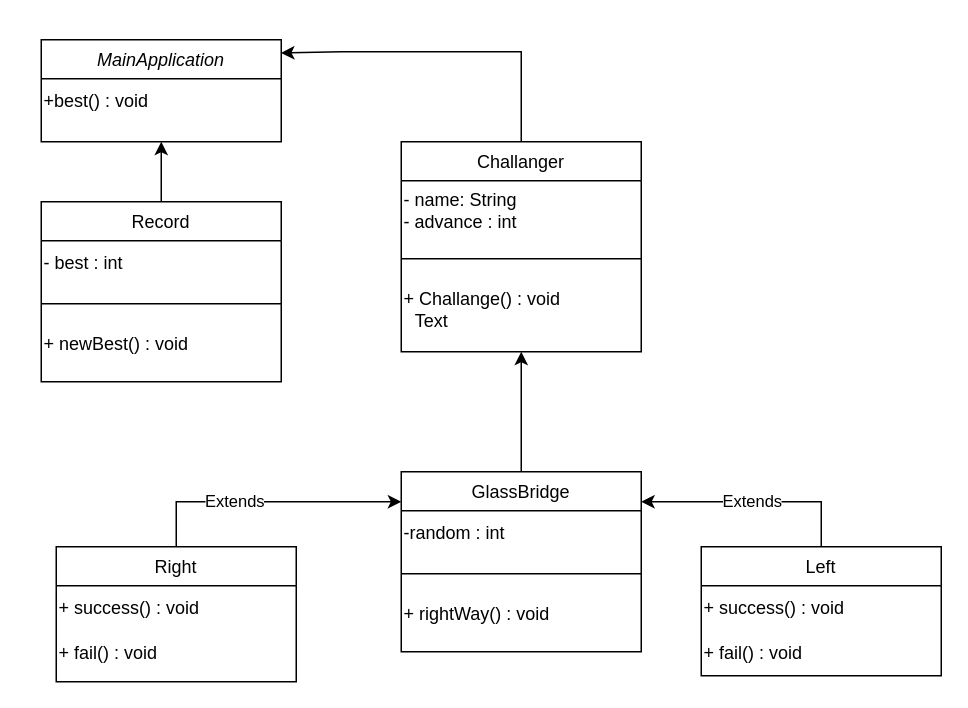
JinhoYeom/project-first-glassbridge keeps this draw.io diagram as glassbridge.drawio. Above is the earlier version. Source tidied: cells renumbered, new cells numbered last; positions are measured from the earlier drawing's top-left corner, leaving out a move shared by most shapes. Both pictures are drawn from the tidied source at 150%, with x=0, y=0 at pixel (40, 39).
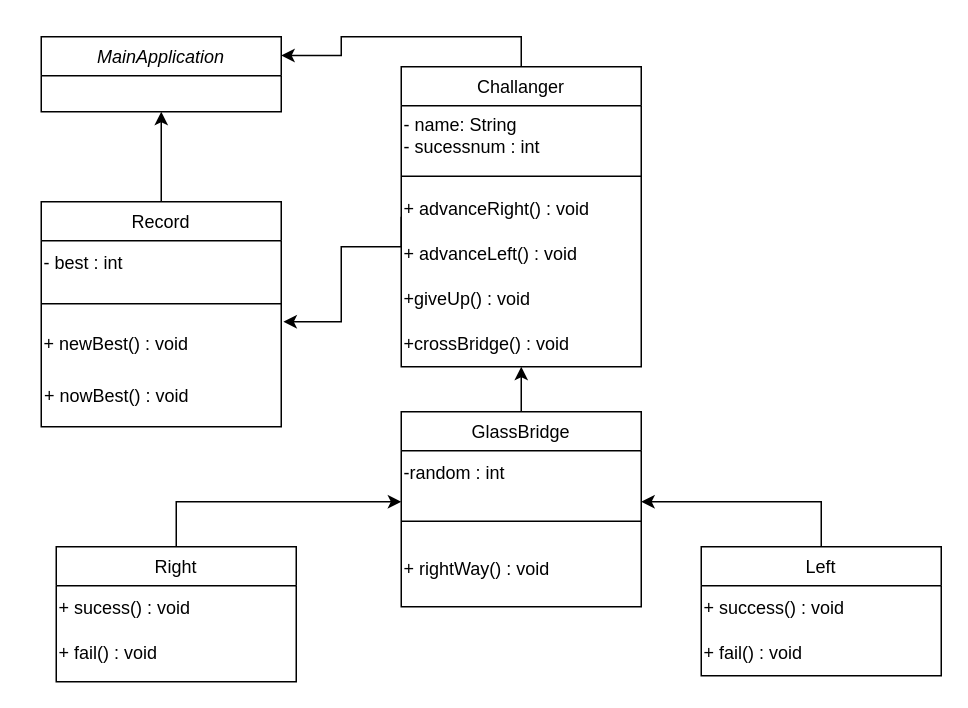
After the change.

Unchanged cells that the change refers to:
```xml
<mxCell id="8" value="+ newBest() : void" style="text;html=1;align=left;verticalAlign=middle;points=[];strokeColor=none;fillColor=none;" parent="5" vertex="1">
  <mxGeometry y="80" width="160" height="30" as="geometry" />
</mxCell>
<mxCell id="19" style="edgeStyle=orthogonalEdgeStyle;rounded=0;jettySize=auto;html=1;exitX=0.5;exitY=0;exitDx=0;exitDy=0;" parent="1" edge="1" source="21">
  <mxGeometry relative="1" as="geometry">
    <mxPoint x="400" y="308" as="targetPoint" />
    <Array as="points">
      <mxPoint x="520" y="308" />
      <mxPoint x="400" y="308" />
    </Array>
  </mxGeometry>
</mxCell>
<mxCell id="24" style="edgeStyle=orthogonalEdgeStyle;rounded=0;jettySize=auto;html=1;exitX=0.5;exitY=0;exitDx=0;exitDy=0;" parent="1" edge="1" source="26">
  <mxGeometry relative="1" as="geometry">
    <mxPoint x="240" y="308" as="targetPoint" />
    <Array as="points">
      <mxPoint x="90" y="308" />
    </Array>
  </mxGeometry>
</mxCell>
<mxCell id="26" value="Right" style="swimlane;fontStyle=0;align=center;verticalAlign=top;horizontal=1;startSize=26;rounded=0;shadow=0;strokeWidth=1;" parent="1" vertex="1">
  <mxGeometry x="10" y="338" width="160" height="90" as="geometry" />
</mxCell>
```

What changed in the source:
```diff
@@
     <mxCell id="2" value="MainApplication" style="swimlane;fontStyle=2;align=center;verticalAlign=top;horizontal=1;startSize=26;rounded=0;shadow=0;strokeWidth=1;" parent="1" vertex="1">
-      <mxGeometry width="160" height="68" as="geometry" />
+      <mxGeometry y="-2" width="160" height="50" as="geometry" />
     </mxCell>
-    <mxCell id="3" value="+best() : void" style="text;html=1;align=left;verticalAlign=middle;strokeColor=none;fillColor=none;" parent="2" vertex="1">
-      <mxGeometry y="26" width="160" height="30" as="geometry" />
-    </mxCell>
@@
     <mxCell id="5" value="Record" style="swimlane;fontStyle=0;align=center;verticalAlign=top;horizontal=1;startSize=26;rounded=0;shadow=0;strokeWidth=1;" parent="1" vertex="1">
-      <mxGeometry y="108" width="160" height="120" as="geometry" />
+      <mxGeometry y="108" width="160" height="150" as="geometry" />
     </mxCell>
@@
+    <mxCell id="30" style="edgeStyle=orthogonalEdgeStyle;rounded=0;jettySize=auto;html=1;entryX=1.009;entryY=0;entryDx=0;entryDy=0;entryPerimeter=0;exitX=0;exitY=0.5;exitDx=0;exitDy=0;" parent="1" edge="1" source="10" target="8">
+      <mxGeometry relative="1" as="geometry">
+        <Array as="points">
+          <mxPoint x="200" y="138" />
+          <mxPoint x="200" y="188" />
+        </Array>
+      </mxGeometry>
+    </mxCell>
-    <mxCell id="9" style="edgeStyle=orthogonalEdgeStyle;rounded=0;jettySize=auto;html=1;entryX=0.999;entryY=0.13;entryDx=0;entryDy=0;entryPerimeter=0;" parent="1" edge="1" source="10" target="2">
+    <mxCell id="9" style="edgeStyle=orthogonalEdgeStyle;rounded=0;jettySize=auto;html=1;entryX=1;entryY=0.25;entryDx=0;entryDy=0;" parent="1" edge="1" source="10" target="2">
       <mxGeometry relative="1" as="geometry">
         <Array as="points">
-          <mxPoint x="320" y="8" />
-          <mxPoint x="200" y="8" />
+          <mxPoint x="320" y="-2" />
+          <mxPoint x="200" y="-2" />
+          <mxPoint x="200" y="11" />
         </Array>
       </mxGeometry>
     </mxCell>
     <mxCell id="10" value="Challanger" style="swimlane;fontStyle=0;align=center;verticalAlign=top;horizontal=1;startSize=26;rounded=0;shadow=0;strokeWidth=1;" parent="1" vertex="1">
-      <mxGeometry x="240" y="68" width="160" height="140" as="geometry" />
+      <mxGeometry x="240" y="18" width="160" height="200" as="geometry" />
     </mxCell>
-    <mxCell id="11" value="- name: String&lt;br&gt;- advance : int" style="text;html=1;align=left;verticalAlign=middle;strokeColor=none;fillColor=none;" parent="10" vertex="1">
+    <mxCell id="11" value="- name: String&lt;br&gt;- sucessnum : int" style="text;html=1;align=left;verticalAlign=middle;strokeColor=none;fillColor=none;" parent="10" vertex="1">
       <mxGeometry y="26" width="160" height="40" as="geometry" />
     </mxCell>
     <mxCell id="12" style="line;html=1;strokeWidth=1;align=left;verticalAlign=middle;spacingTop=-1;spacingLeft=3;spacingRight=3;labelPosition=right;" parent="10" vertex="1">
-      <mxGeometry y="66" width="160" height="24" as="geometry" />
+      <mxGeometry y="66" width="160" height="14" as="geometry" />
     </mxCell>
-    <mxCell id="13" value="+ Challange() : void" style="text;html=1;align=left;verticalAlign=middle;strokeColor=none;fillColor=none;" parent="10" vertex="1">
-      <mxGeometry y="90" width="160" height="30" as="geometry" />
-    </mxCell>
+    <mxCell id="31" value="+ advanceRight() : void" style="text;html=1;align=left;verticalAlign=middle;strokeColor=none;fillColor=none;" parent="10" vertex="1">
+      <mxGeometry y="80" width="160" height="30" as="geometry" />
+    </mxCell>
+    <mxCell id="32" value="+ advanceLeft() : void" style="text;html=1;align=left;verticalAlign=middle;strokeColor=none;fillColor=none;" parent="10" vertex="1">
+      <mxGeometry y="110" width="160" height="30" as="geometry" />
+    </mxCell>
+    <mxCell id="33" value="+giveUp() : void" style="text;html=1;align=left;verticalAlign=middle;strokeColor=none;fillColor=none;" parent="10" vertex="1">
+      <mxGeometry y="140" width="160" height="30" as="geometry" />
+    </mxCell>
+    <mxCell id="34" value="+crossBridge() : void" style="text;html=1;align=left;verticalAlign=middle;strokeColor=none;fillColor=none;" parent="10" vertex="1">
+      <mxGeometry y="170" width="160" height="30" as="geometry" />
+    </mxCell>
@@
     <mxCell id="15" value="GlassBridge" style="swimlane;fontStyle=0;align=center;verticalAlign=top;horizontal=1;startSize=26;rounded=0;shadow=0;strokeWidth=1;" parent="1" vertex="1">
-      <mxGeometry x="240" y="288" width="160" height="120" as="geometry" />
+      <mxGeometry x="240" y="248" width="160" height="130" as="geometry" />
     </mxCell>
@@
     <mxCell id="17" style="line;html=1;strokeWidth=1;align=left;verticalAlign=middle;spacingTop=-1;spacingLeft=3;spacingRight=3;labelPosition=right;" parent="15" vertex="1">
-      <mxGeometry y="56" width="160" height="24" as="geometry" />
+      <mxGeometry y="56" width="160" height="34" as="geometry" />
     </mxCell>
     <mxCell id="18" value="+ rightWay() : void" style="text;html=1;align=left;verticalAlign=middle;strokeColor=none;fillColor=none;" parent="15" vertex="1">
-      <mxGeometry y="80" width="160" height="30" as="geometry" />
+      <mxGeometry y="90" width="160" height="30" as="geometry" />
     </mxCell>
@@
-    <mxCell id="20" value="Extends" style="edgeLabel;html=1;align=center;verticalAlign=middle;" parent="19" vertex="1">
-      <mxGeometry x="0.02" y="-1" relative="1" as="geometry" />
-    </mxCell>
@@
-    <mxCell id="25" value="Extends" style="edgeLabel;html=1;align=center;verticalAlign=middle;" parent="24" vertex="1">
-      <mxGeometry x="-0.24" y="1" relative="1" as="geometry" />
-    </mxCell>
@@
-    <mxCell id="27" value="+ success() : void" style="text;html=1;align=left;verticalAlign=middle;strokeColor=none;fillColor=none;" parent="26" vertex="1">
+    <mxCell id="27" value="+ sucess() : void" style="text;html=1;align=left;verticalAlign=middle;strokeColor=none;fillColor=none;" parent="26" vertex="1">
       <mxGeometry y="26" width="160" height="30" as="geometry" />
     </mxCell>
@@
-    <mxCell id="29" value="Text" style="text;html=1;align=center;verticalAlign=middle;strokeColor=none;fillColor=none;" parent="1" vertex="1">
-      <mxGeometry x="235" y="173" width="50" height="30" as="geometry" />
-    </mxCell>
+    <mxCell id="35" value="+ nowBest() : void" style="text;html=1;align=center;verticalAlign=middle;strokeColor=none;fillColor=none;" parent="1" vertex="1">
+      <mxGeometry x="-10" y="223" width="120" height="30" as="geometry" />
+    </mxCell>
```
